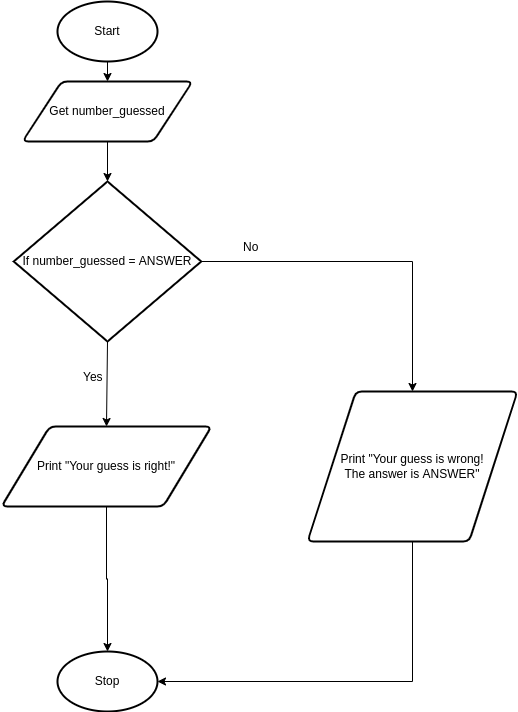
This is design.number_guess.flowchart.png from Yiyun-Qin/ICS3U-Unit3-03-Python, a draw.io export, as it was before one commit. Source tidied: cells renumbered, new cells last; positions are measured from the earlier drawing's top-left corner, leaving out a move shared by most shapes.
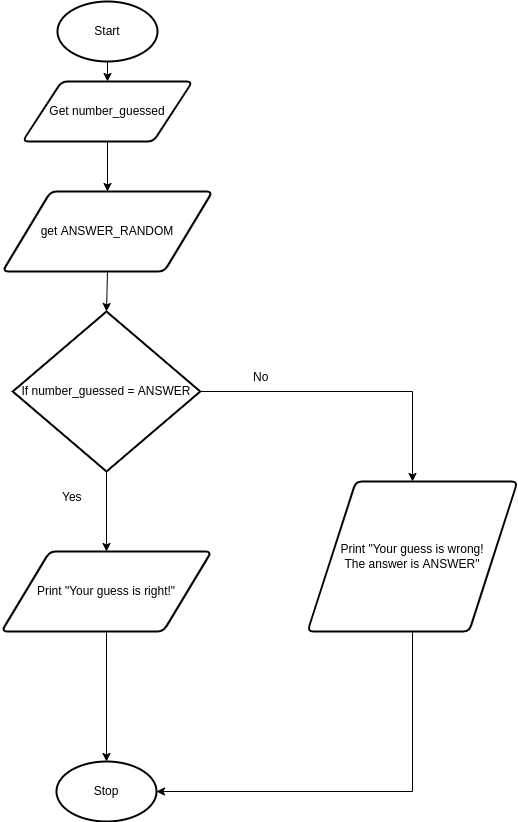
Above is the later version.

Diff of the diagram source:
```diff
@@ -8,9 +8,9 @@
     <mxCell id="3" value="Start" style="strokeWidth=2;html=1;shape=mxgraph.flowchart.start_1;whiteSpace=wrap;" parent="1" vertex="1">
       <mxGeometry x="56" width="100" height="60" as="geometry" />
     </mxCell>
-    <mxCell id="4" style="edgeStyle=none;html=1;exitX=0.5;exitY=1;exitDx=0;exitDy=0;entryX=0.5;entryY=0;entryDx=0;entryDy=0;entryPerimeter=0;" parent="1" edge="1" source="5" target="11">
-      <mxGeometry relative="1" as="geometry" />
-    </mxCell>
+    <mxCell id="16" style="edgeStyle=none;html=1;exitX=0.5;exitY=1;exitDx=0;exitDy=0;entryX=0.5;entryY=0;entryDx=0;entryDy=0;" parent="1" edge="1" source="5" target="18">
+      <mxGeometry relative="1" as="geometry" />
+    </mxCell>
     <mxCell id="5" value="Get number_guessed" style="shape=parallelogram;html=1;strokeWidth=2;perimeter=parallelogramPerimeter;whiteSpace=wrap;rounded=1;arcSize=12;size=0.23;" parent="1" vertex="1">
       <mxGeometry x="21" y="80" width="170" height="60" as="geometry" />
     </mxCell>
@@ -18,10 +18,10 @@
       <mxGeometry relative="1" as="geometry" />
     </mxCell>
     <mxCell id="7" value="Print &quot;Your guess is right!&quot;" style="shape=parallelogram;html=1;strokeWidth=2;perimeter=parallelogramPerimeter;whiteSpace=wrap;rounded=1;arcSize=12;size=0.23;" parent="1" vertex="1">
-      <mxGeometry y="425" width="210" height="80" as="geometry" />
+      <mxGeometry y="550" width="210" height="80" as="geometry" />
     </mxCell>
     <mxCell id="8" value="Stop" style="strokeWidth=2;html=1;shape=mxgraph.flowchart.start_1;whiteSpace=wrap;" parent="1" vertex="1">
-      <mxGeometry x="56" y="650" width="100" height="60" as="geometry" />
+      <mxGeometry x="55" y="760" width="100" height="60" as="geometry" />
     </mxCell>
     <mxCell id="9" style="edgeStyle=none;html=1;exitX=0.5;exitY=1;exitDx=0;exitDy=0;exitPerimeter=0;entryX=0.5;entryY=0;entryDx=0;entryDy=0;" parent="1" edge="1" source="11" target="7">
       <mxGeometry relative="1" as="geometry" />
@@ -30,19 +30,25 @@
       <mxGeometry relative="1" as="geometry" />
     </mxCell>
     <mxCell id="11" value="If number_guessed = ANSWER" style="strokeWidth=2;html=1;shape=mxgraph.flowchart.decision;whiteSpace=wrap;" parent="1" vertex="1">
-      <mxGeometry x="12.2" y="180" width="187.5" height="160" as="geometry" />
+      <mxGeometry x="11.2" y="310" width="187.5" height="160" as="geometry" />
     </mxCell>
     <mxCell id="12" value="Yes" style="text;strokeColor=none;fillColor=none;align=left;verticalAlign=middle;spacingLeft=4;spacingRight=4;overflow=hidden;" parent="1" vertex="1">
-      <mxGeometry x="76" y="360" width="37.5" height="30" as="geometry" />
+      <mxGeometry x="55" y="480" width="37.5" height="30" as="geometry" />
     </mxCell>
     <mxCell id="13" style="edgeStyle=orthogonalEdgeStyle;rounded=0;html=1;exitX=0.5;exitY=1;exitDx=0;exitDy=0;entryX=1;entryY=0.5;entryDx=0;entryDy=0;entryPerimeter=0;" parent="1" edge="1" source="14" target="8">
       <mxGeometry relative="1" as="geometry" />
     </mxCell>
     <mxCell id="14" value="Print &quot;Your guess is wrong!&lt;br&gt;The answer is ANSWER&quot;" style="shape=parallelogram;html=1;strokeWidth=2;perimeter=parallelogramPerimeter;whiteSpace=wrap;rounded=1;arcSize=12;size=0.23;" parent="1" vertex="1">
-      <mxGeometry x="306" y="390" width="210" height="150" as="geometry" />
+      <mxGeometry x="306" y="480" width="210" height="150" as="geometry" />
     </mxCell>
     <mxCell id="15" value="No" style="text;strokeColor=none;fillColor=none;align=left;verticalAlign=middle;spacingLeft=4;spacingRight=4;overflow=hidden;" parent="1" vertex="1">
-      <mxGeometry x="236" y="230" width="80" height="30" as="geometry" />
+      <mxGeometry x="246" y="360" width="80" height="30" as="geometry" />
     </mxCell>
+    <mxCell id="17" style="edgeStyle=none;html=1;exitX=0.5;exitY=1;exitDx=0;exitDy=0;entryX=0.5;entryY=0;entryDx=0;entryDy=0;entryPerimeter=0;" parent="1" edge="1" source="18" target="11">
+      <mxGeometry relative="1" as="geometry" />
+    </mxCell>
+    <mxCell id="18" value="get ANSWER_RANDOM" style="shape=parallelogram;html=1;strokeWidth=2;perimeter=parallelogramPerimeter;whiteSpace=wrap;rounded=1;arcSize=12;size=0.23;" parent="1" vertex="1">
+      <mxGeometry x="1" y="190" width="210" height="80" as="geometry" />
+    </mxCell>
   </root>
 </mxGraphModel>
```
